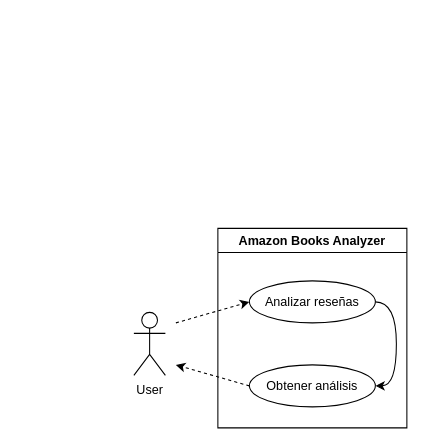
Before: page "Diagrama de casos de uso" (6 of 6) of diagrams/diagramas.drawio in mateogdupont/escalabilidad, a draw.io diagram. Source tidied: cells renumbered, new cells numbered last; positions are measured from the earlier drawing's top-left corner, leaving out a move shared by most shapes. Both pictures are drawn from the tidied source at 105%, with x=0, y=0 at pixel (133, 228).
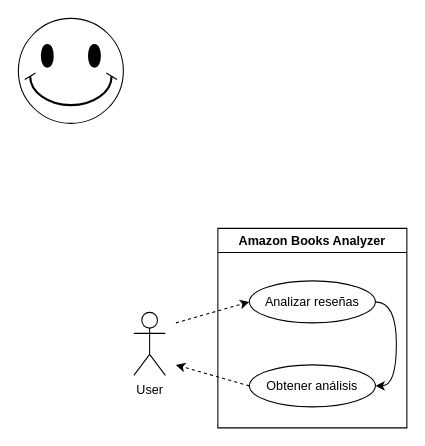
The same page after the edit.

Change to the diagram source:
```diff
@@
 <mxGraphModel>
   <root>
     <mxCell id="0" />
     <mxCell id="1" parent="0" />
     <mxCell id="2" value="User" style="shape=umlActor;verticalLabelPosition=bottom;verticalAlign=top;html=1;" parent="1" vertex="1">
       <mxGeometry y="80" width="30" height="60" as="geometry" />
     </mxCell>
     <mxCell id="3" style="edgeStyle=orthogonalEdgeStyle;rounded=0;jettySize=auto;html=1;exitX=1;exitY=0.5;exitDx=0;exitDy=0;entryX=1;entryY=0.5;entryDx=0;entryDy=0;curved=1;" parent="1" edge="1" source="4" target="5">
       <mxGeometry relative="1" as="geometry" />
     </mxCell>
     <mxCell id="4" value="Analizar reseñas" style="ellipse;whiteSpace=wrap;html=1;fillColor=none;" parent="1" vertex="1">
       <mxGeometry x="110" y="50" width="120" height="40" as="geometry" />
     </mxCell>
     <mxCell id="5" value="Obtener análisis" style="ellipse;whiteSpace=wrap;html=1;fillColor=none;" parent="1" vertex="1">
       <mxGeometry x="110" y="130" width="120" height="40" as="geometry" />
     </mxCell>
     <mxCell id="6" style="endArrow=classic;html=1;rounded=0;entryX=0;entryY=0.5;entryDx=0;entryDy=0;dashed=1;" parent="1" edge="1" target="4">
       <mxGeometry relative="1" as="geometry">
         <mxPoint x="40" y="90" as="sourcePoint" />
       </mxGeometry>
     </mxCell>
     <mxCell id="7" style="endArrow=classic;html=1;rounded=0;exitX=0;exitY=0.5;exitDx=0;exitDy=0;dashed=1;" parent="1" edge="1" source="5">
       <mxGeometry relative="1" as="geometry">
         <mxPoint x="40" y="130" as="targetPoint" />
       </mxGeometry>
     </mxCell>
     <mxCell id="8" value="Amazon Books Analyzer" style="swimlane;whiteSpace=wrap;html=1;" parent="1" vertex="1">
       <mxGeometry x="80" width="180" height="190" as="geometry" />
     </mxCell>
+    <mxCell id="9" style="verticalLabelPosition=bottom;verticalAlign=top;html=1;shape=mxgraph.basic.smiley;" parent="1" vertex="1">
+      <mxGeometry x="-110" y="-200" width="100" height="100" as="geometry" />
+    </mxCell>
   </root>
 </mxGraphModel>
```
